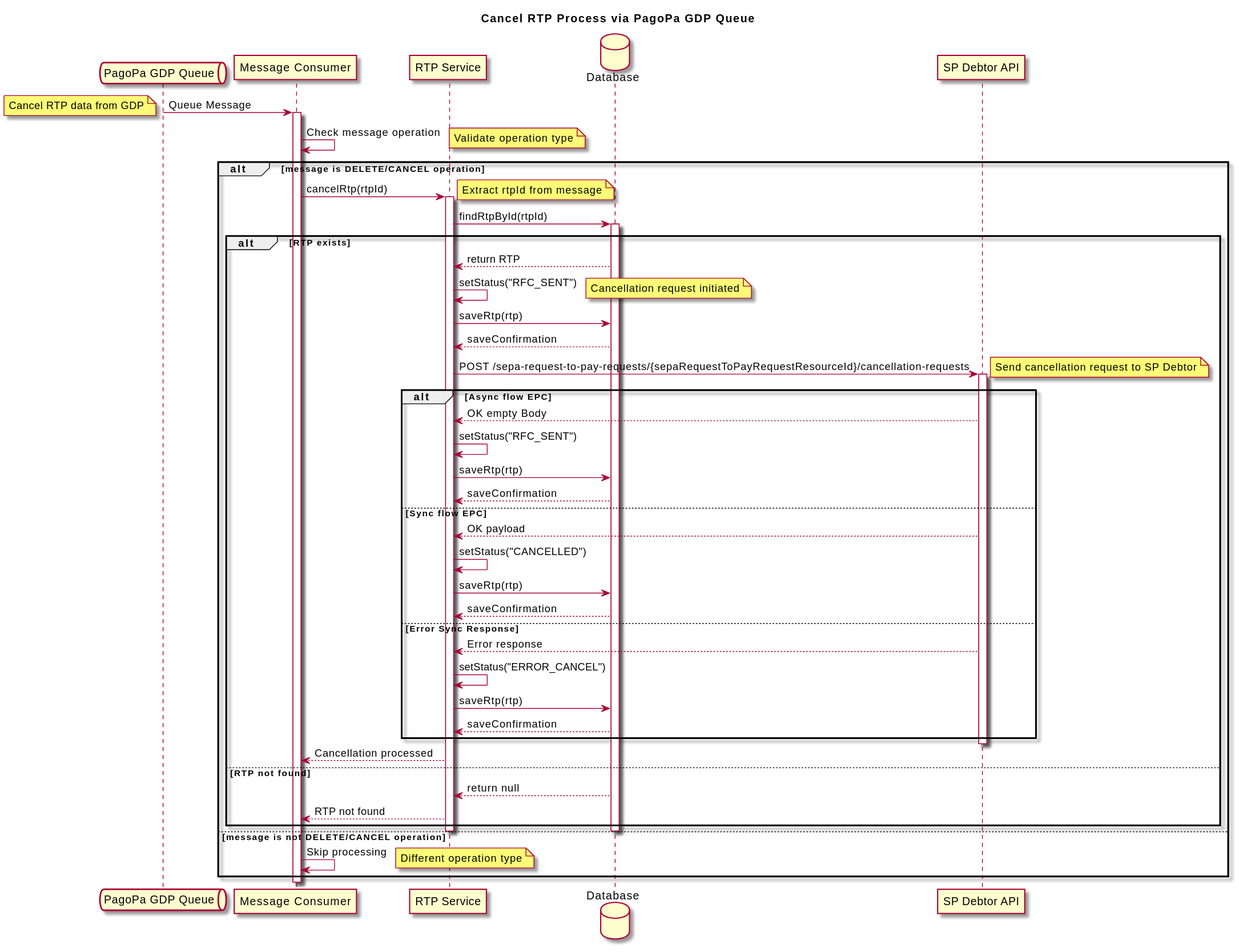
pagopa/rtp-docs keeps this PlantUML diagram as diagrams/delete-queue-schema.svg. Above is the earlier version. Its diagram source:
```plantuml
@startuml
skin rose
title Cancel RTP Process via PagoPa GDP Queue
queue "PagoPa GDP Queue" as Queue
participant "Message Consumer" as Consumer
participant "RTP Service" as Service
database Database as DB
participant "SP Debtor API" as SPDAPI

Queue -> Consumer: Queue Message
note left: Cancel RTP data from GDP
activate Consumer
Consumer -> Consumer: Check message operation
note right: Validate operation type
alt message is DELETE/CANCEL operation
Consumer -> Service: cancelRtp(rtpId)
note right: Extract rtpId from message
activate Service
Service -> DB: findRtpById(rtpId)
activate DB
alt RTP exists
    DB --> Service: return RTP

    Service -> Service: setStatus("RFC_SENT")
    note right: Cancellation request initiated
    Service -> DB: saveRtp(rtp)
    DB --> Service: saveConfirmation

    Service -> SPDAPI: POST /sepa-request-to-pay-requests/{sepaRequestToPayRequestResourceId}/cancellation-requests
    note right: Send cancellation request to SP Debtor
    activate SPDAPI

    alt Async flow EPC
        SPDAPI --> Service: OK empty Body
        Service -> Service: setStatus("RFC_SENT")
        Service -> DB: saveRtp(rtp)
        DB --> Service: saveConfirmation
    else Sync flow EPC
        SPDAPI --> Service: OK payload
        Service -> Service: setStatus("CANCELLED")
        Service -> DB: saveRtp(rtp)
        DB --> Service: saveConfirmation
    else Error Sync Response
        SPDAPI --> Service: Error response
        Service -> Service: setStatus("ERROR_CANCEL")
        Service -> DB: saveRtp(rtp)
        DB --> Service: saveConfirmation
    end

    deactivate SPDAPI
    Service --> Consumer: Cancellation processed

else RTP not found
    DB --> Service: return null
    Service --> Consumer: RTP not found
end
deactivate DB
deactivate Service
else message is not DELETE/CANCEL operation
Consumer -> Consumer: Skip processing
note right: Different operation type
end
deactivate Consumer
@enduml
```
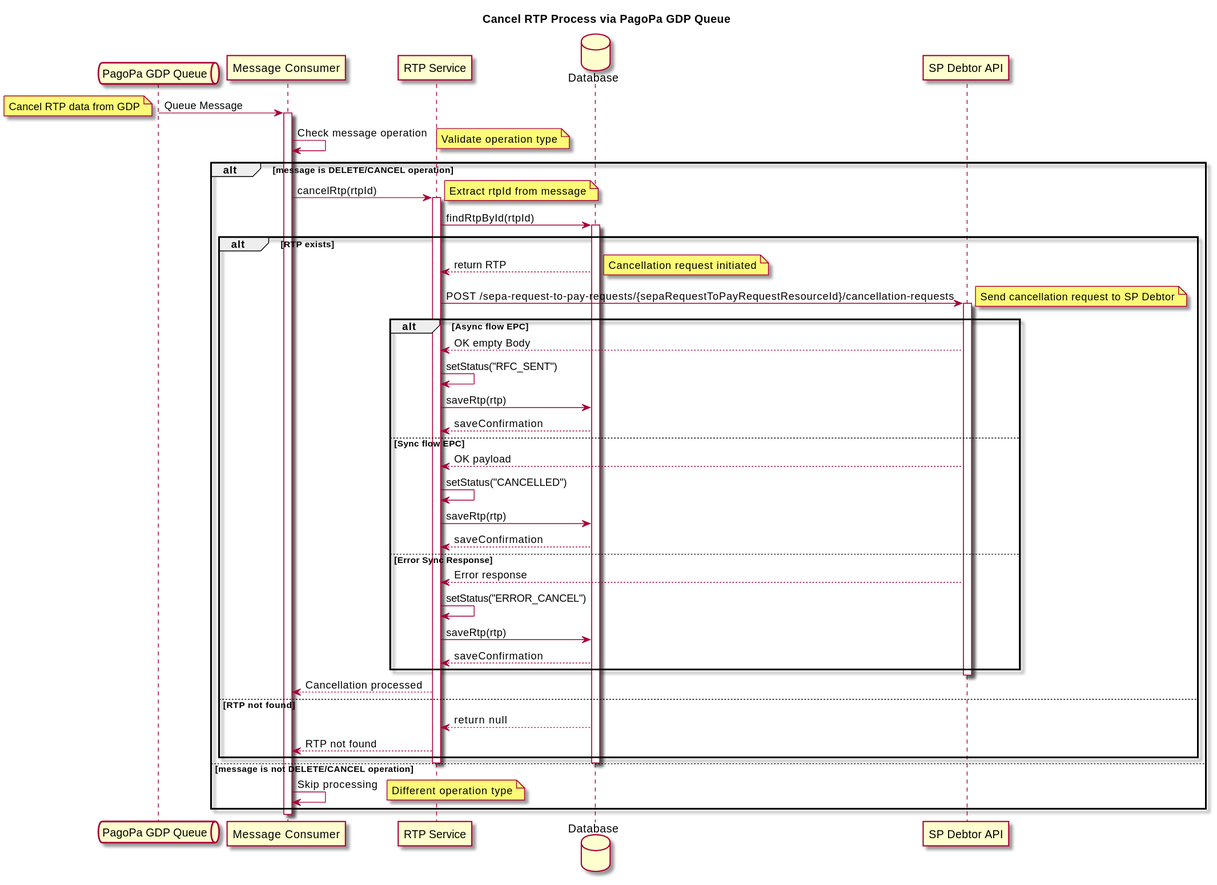
After the commit.

The edit, as a diff of the source:
```diff
@@ -21,10 +21,7 @@
 alt RTP exists
     DB --> Service: return RTP
 
-    Service -> Service: setStatus("RFC_SENT")
     note right: Cancellation request initiated
-    Service -> DB: saveRtp(rtp)
-    DB --> Service: saveConfirmation
 
     Service -> SPDAPI: POST /sepa-request-to-pay-requests/{sepaRequestToPayRequestResourceId}/cancellation-requests
     note right: Send cancellation request to SP Debtor
```
